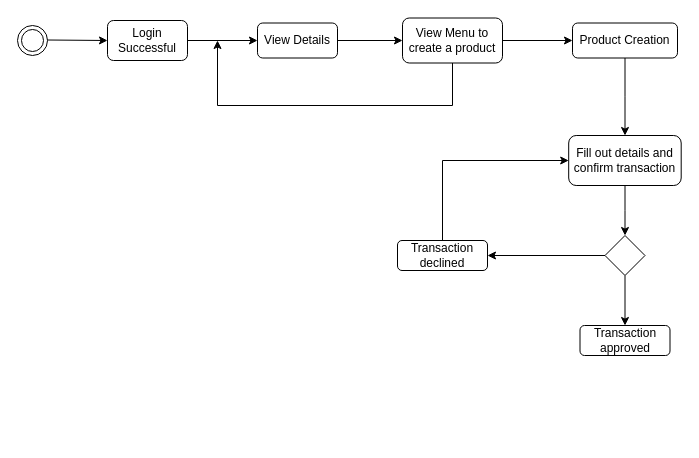
The draw.io diagram Untitled Diagram.drawio in Deeshti/cs, before the edit. Source tidied: cells renumbered, new cells numbered last; positions are measured from the earlier drawing's top-left corner, leaving out a move shared by most shapes. Both pictures are drawn from the tidied source at 100%, with x=0, y=0 at pixel (17, 17).
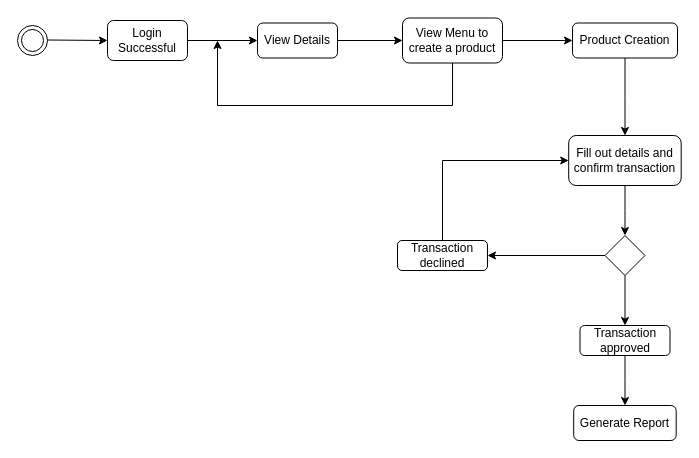
After the change.

The change refers to these unchanged cells:
```xml
<mxCell id="20" value="Transaction approved" style="whiteSpace=wrap;html=1;rounded=1;" parent="1" vertex="1">
  <mxGeometry x="562.5" y="308" width="90" height="30" as="geometry" />
</mxCell>
```

The edit, as a diff of the source:
```diff
@@
+    <mxCell id="21" style="edgeStyle=orthogonalEdgeStyle;rounded=0;jettySize=auto;html=1;" parent="1" edge="1" source="20" target="22">
+      <mxGeometry relative="1" as="geometry" />
+    </mxCell>
@@
+    <mxCell id="22" value="Generate Report" style="whiteSpace=wrap;html=1;rounded=1;" parent="1" vertex="1">
+      <mxGeometry x="556.2" y="388" width="102.5" height="35" as="geometry" />
+    </mxCell>
```
